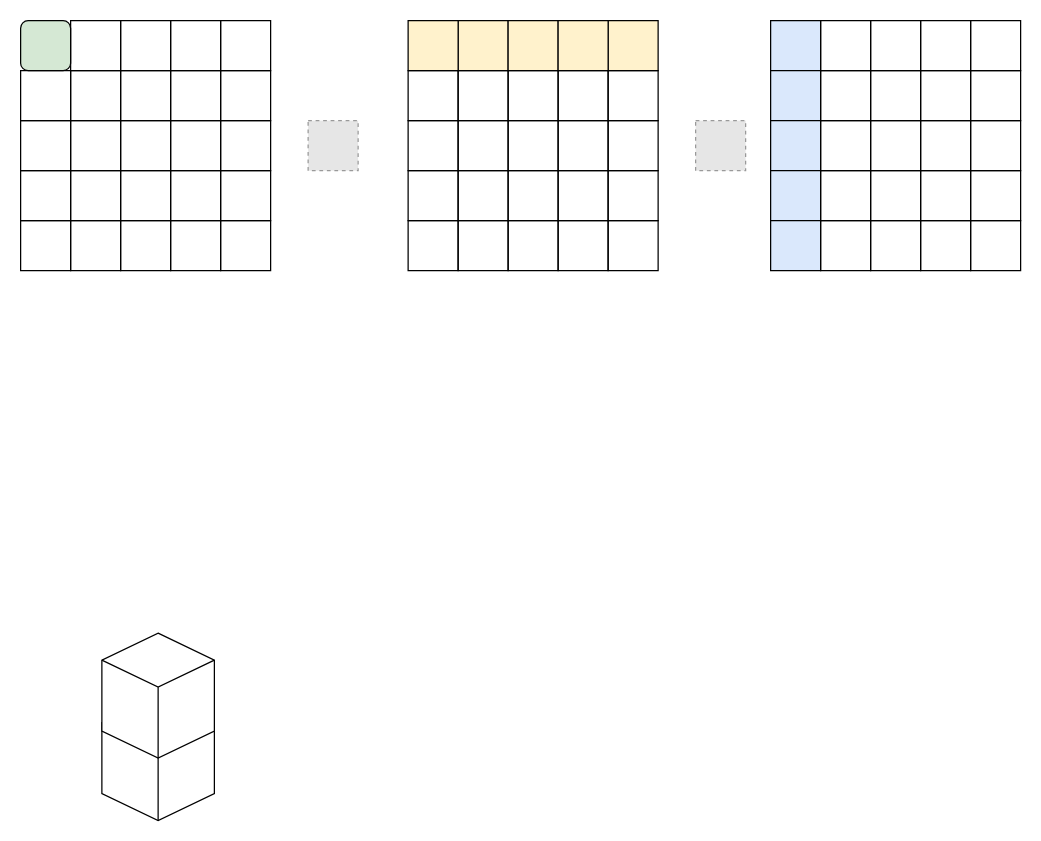
The draw.io diagram content/diagrams/matrix_multiply.drawio in ENCCS/sycl-workshop, before the edit. Source tidied: cells renumbered, new cells numbered last; positions are measured from the earlier drawing's top-left corner, leaving out a move shared by most shapes. Both pictures are drawn from the tidied source at 125%, with x=0, y=0 at pixel (20, 20). Pictures stored in the file or linked from it are replaced by grey dashed boxes.
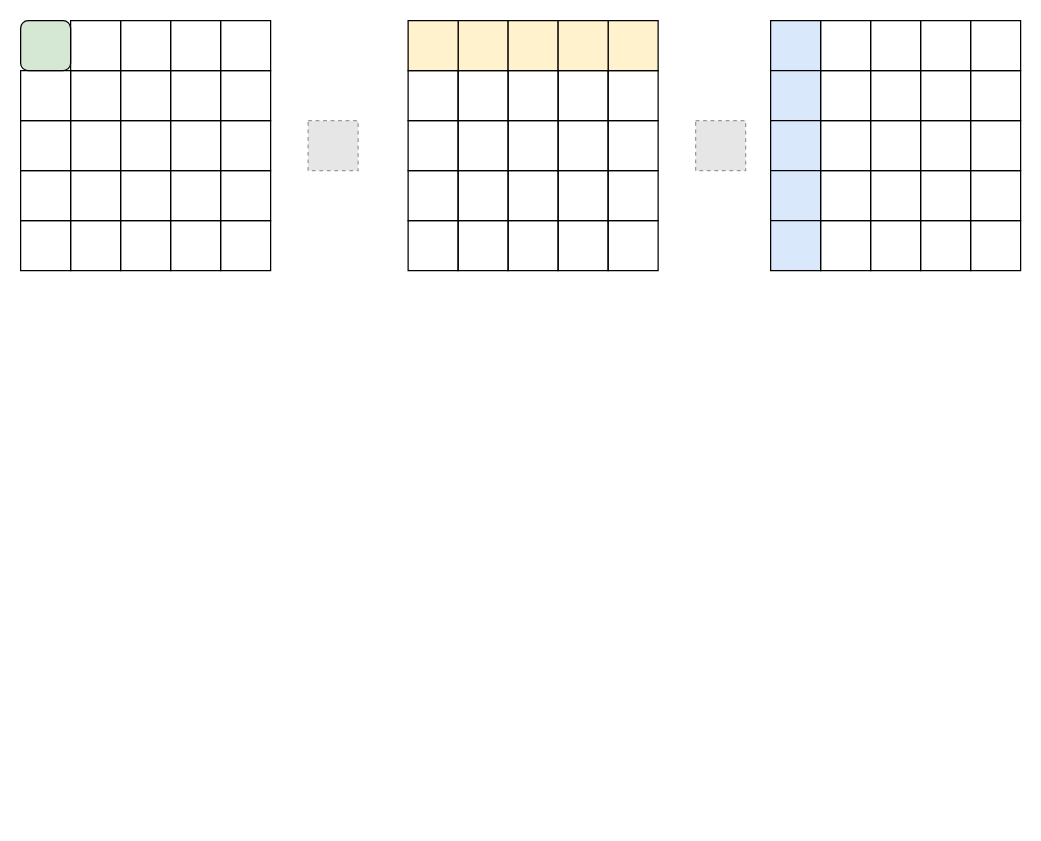
The same diagram, later.

Change to the diagram source:
```diff
@@
-    <mxCell id="7" style="html=1;whiteSpace=wrap;shape=isoCube2;backgroundOutline=1;isoAngle=15;labelBackgroundColor=#97D077;fillColor=default;" parent="1" vertex="1">
-      <mxGeometry x="65" y="540" width="90" height="100" as="geometry" />
-    </mxCell>
-    <mxCell id="8" style="html=1;whiteSpace=wrap;shape=isoCube2;backgroundOutline=1;isoAngle=15;labelBackgroundColor=#97D077;fillColor=default;" parent="1" vertex="1">
-      <mxGeometry x="65" y="490" width="90" height="100" as="geometry" />
-    </mxCell>
```
